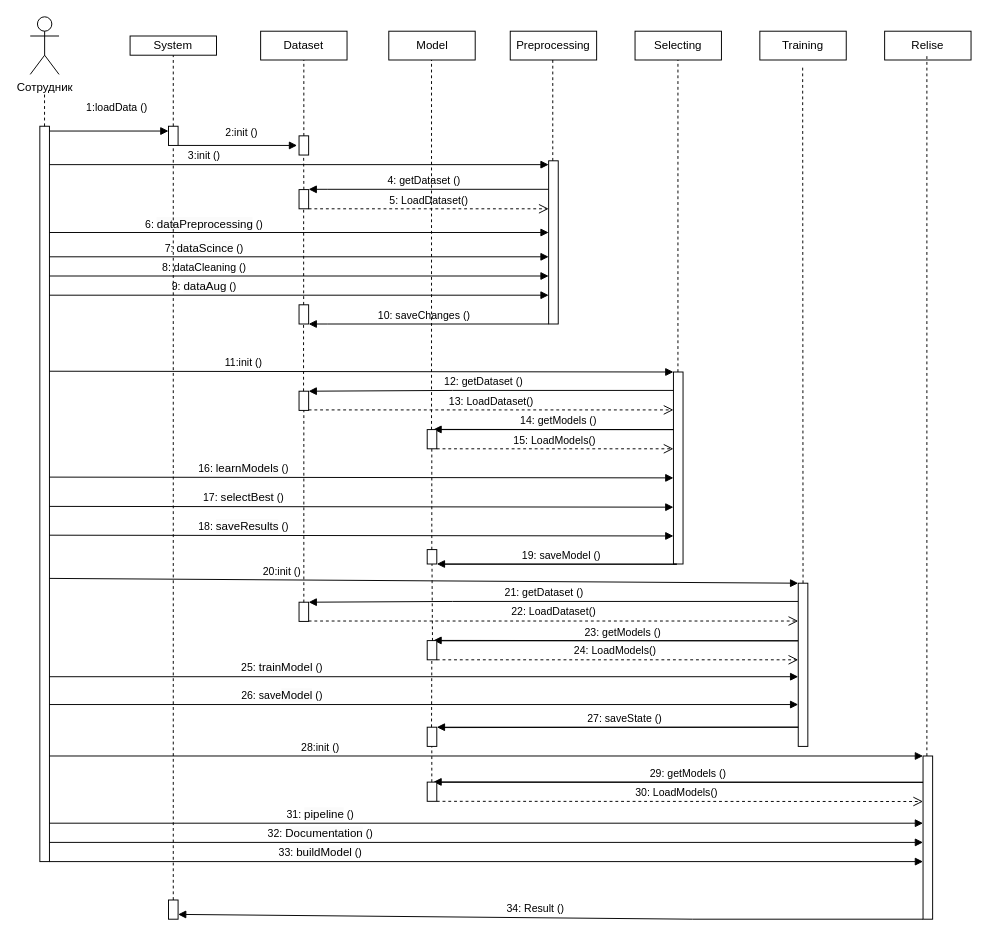
Before: Диаграмма последовательности.drawio in Aleksej1024/mireaDatabases, a draw.io diagram. Source tidied: cells renumbered, new cells numbered last; positions are measured from the earlier drawing's top-left corner, leaving out a move shared by most shapes. Both pictures are drawn from the tidied source at 96%, with x=0, y=0 at pixel (30, 16).
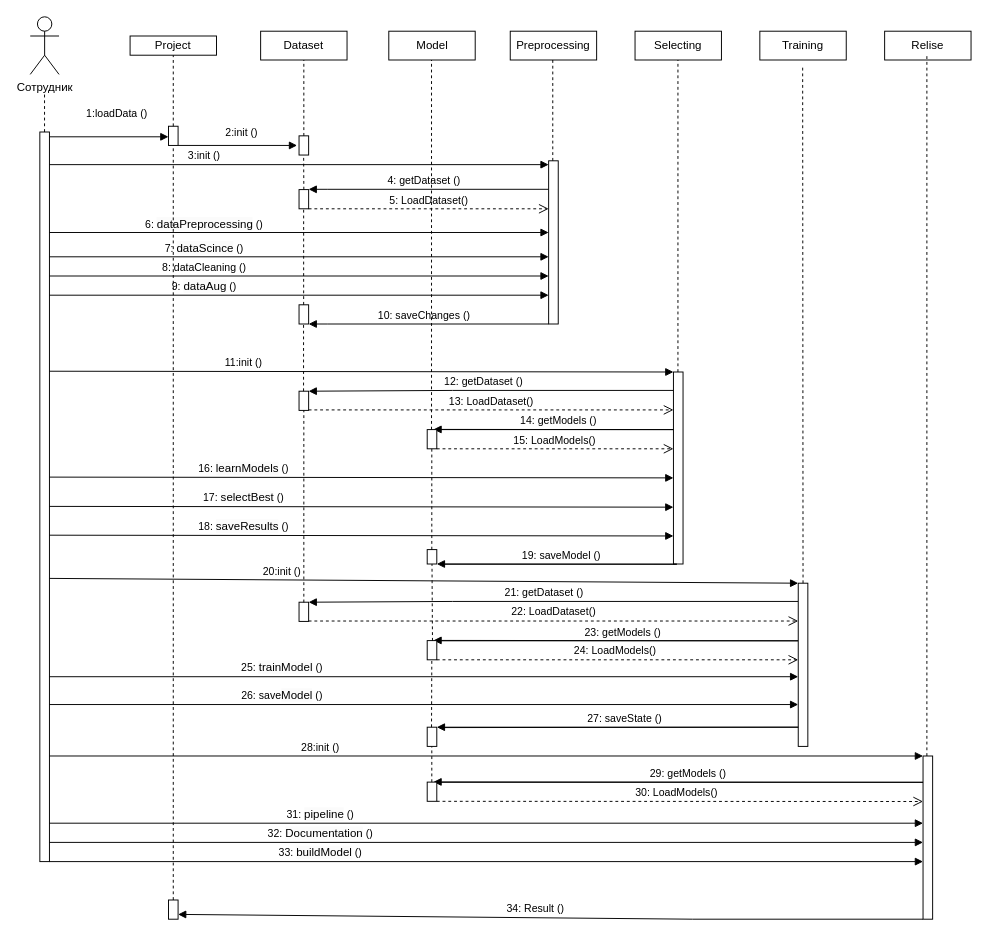
After the change.

Diff of the diagram source:
```diff
@@
-    <mxCell id="3" value="System" style="rounded=0;whiteSpace=wrap;html=1;" parent="1" vertex="1">
+    <mxCell id="3" value="Project" style="rounded=0;whiteSpace=wrap;html=1;" parent="1" vertex="1">
       <mxGeometry x="104" y="20" width="90" height="20" as="geometry" />
     </mxCell>
@@
     <mxCell id="5" style="html=1;points=[[0,0,0,0,5],[0,1,0,0,-5],[1,0,0,0,5],[1,1,0,0,-5]];perimeter=orthogonalPerimeter;outlineConnect=0;targetShapes=umlLifeline;portConstraint=eastwest;newEdgeStyle={&quot;curved&quot;:0,&quot;rounded&quot;:0};" parent="1" vertex="1">
-      <mxGeometry x="10" y="114" width="10" height="766" as="geometry" />
+      <mxGeometry x="10" y="120" width="10" height="760" as="geometry" />
     </mxCell>
```
